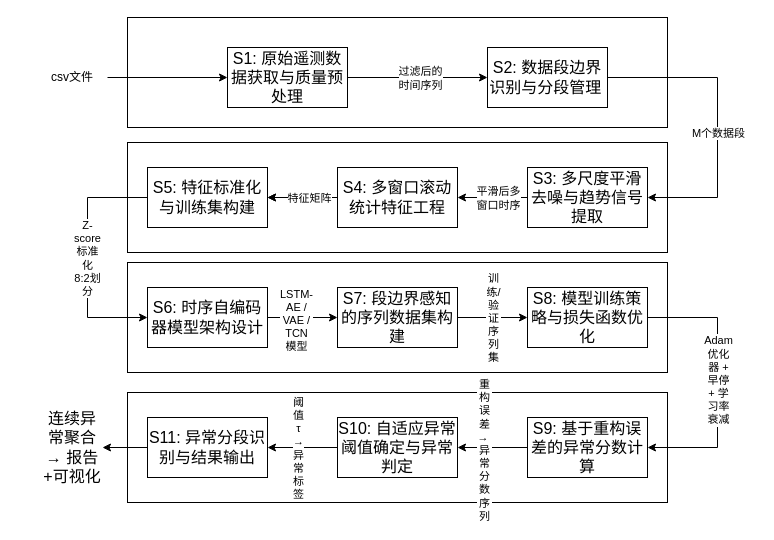
This is patent_clock_1.drawio from BlackiePiggy/iodraw-files, a draw.io file, before an edit. Source tidied: cells renumbered, new cells numbered last; positions are measured from the earlier drawing's top-left corner, leaving out a move shared by most shapes. Both pictures are drawn from the tidied source at 100%, with x=0, y=0 at pixel (37, 17).
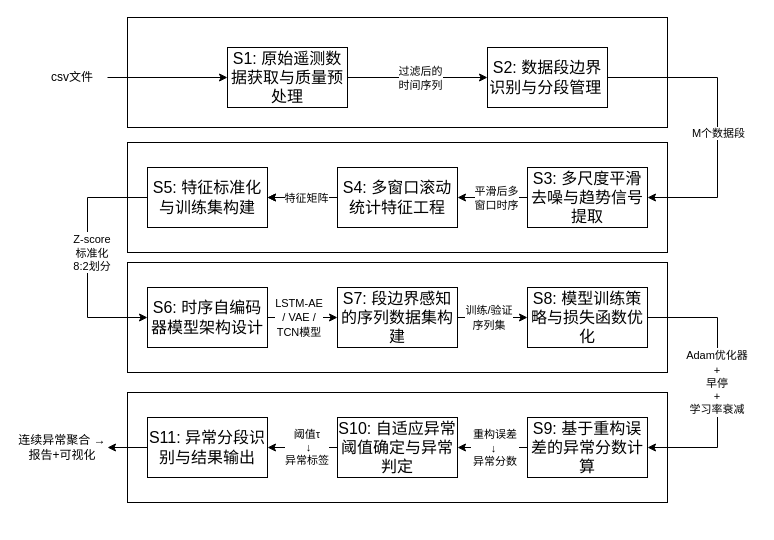
Above is the later version.

The change refers to these unchanged cells:
```xml
<mxCell id="12" style="edgeStyle=orthogonalEdgeStyle;rounded=0;jettySize=auto;html=1;entryX=1;entryY=0.5;entryDx=0;entryDy=0;" parent="1" edge="1" source="14" target="18">
  <mxGeometry relative="1" as="geometry" />
</mxCell>
<mxCell id="16" style="edgeStyle=orthogonalEdgeStyle;rounded=0;jettySize=auto;html=1;entryX=1;entryY=0.5;entryDx=0;entryDy=0;" parent="1" edge="1" source="18" target="21">
  <mxGeometry relative="1" as="geometry" />
</mxCell>
<mxCell id="19" style="edgeStyle=orthogonalEdgeStyle;rounded=0;jettySize=auto;html=1;exitX=0;exitY=0.5;exitDx=0;exitDy=0;entryX=0;entryY=0.5;entryDx=0;entryDy=0;" parent="1" edge="1" source="21" target="24">
  <mxGeometry relative="1" as="geometry">
    <Array as="points">
      <mxPoint x="50" y="180" />
      <mxPoint x="50" y="300" />
    </Array>
  </mxGeometry>
</mxCell>
<mxCell id="22" style="edgeStyle=orthogonalEdgeStyle;rounded=0;jettySize=auto;html=1;" parent="1" edge="1" source="24" target="27">
  <mxGeometry relative="1" as="geometry" />
</mxCell>
<mxCell id="25" style="edgeStyle=orthogonalEdgeStyle;rounded=0;jettySize=auto;html=1;entryX=0;entryY=0.5;entryDx=0;entryDy=0;" parent="1" edge="1" source="27" target="30">
  <mxGeometry relative="1" as="geometry" />
</mxCell>
<mxCell id="28" style="edgeStyle=orthogonalEdgeStyle;rounded=0;jettySize=auto;html=1;entryX=1;entryY=0.5;entryDx=0;entryDy=0;" parent="1" edge="1" source="30" target="33">
  <mxGeometry relative="1" as="geometry">
    <Array as="points">
      <mxPoint x="680" y="300" />
      <mxPoint x="680" y="430" />
    </Array>
  </mxGeometry>
</mxCell>
<mxCell id="31" style="edgeStyle=orthogonalEdgeStyle;rounded=0;jettySize=auto;html=1;entryX=1;entryY=0.5;entryDx=0;entryDy=0;" parent="1" edge="1" source="33" target="36">
  <mxGeometry relative="1" as="geometry" />
</mxCell>
<mxCell id="34" style="edgeStyle=orthogonalEdgeStyle;rounded=0;jettySize=auto;html=1;entryX=1;entryY=0.5;entryDx=0;entryDy=0;" parent="1" edge="1" source="36" target="38">
  <mxGeometry relative="1" as="geometry" />
</mxCell>
<mxCell id="38" value="&lt;span style=&quot;text-align: start; font-size: medium;&quot;&gt;S11: 异常分段识别与结果输出&lt;/span&gt;" style="rounded=0;whiteSpace=wrap;html=1;" parent="1" vertex="1">
  <mxGeometry x="110" y="400" width="120" height="60" as="geometry" />
</mxCell>
```

What changed in the source:
```diff
@@
     <mxCell id="13" value="平滑后多&lt;div&gt;窗口时序&lt;/div&gt;" style="edgeLabel;html=1;align=center;verticalAlign=middle;" parent="12" vertex="1">
-      <mxGeometry x="-0.01" y="3" relative="1" as="geometry">
+      <mxGeometry x="0.06" y="3" relative="1" as="geometry">
         <mxPoint x="5" y="-3" as="offset" />
       </mxGeometry>
     </mxCell>
@@
     <mxCell id="17" value="特征矩阵" style="edgeLabel;html=1;align=center;verticalAlign=middle;" parent="16" vertex="1">
-      <mxGeometry x="0.07" y="2" relative="1" as="geometry">
+      <mxGeometry x="0.13" y="2" relative="1" as="geometry">
         <mxPoint x="8" y="-2" as="offset" />
       </mxGeometry>
     </mxCell>
@@
-    <mxCell id="20" value="&lt;span style=&quot;white-space: normal; text-align: start;&quot;&gt;Z-score标准化&lt;/span&gt;&lt;div&gt;&lt;span style=&quot;text-align: start; white-space: normal;&quot;&gt;8:2划分&lt;/span&gt;&lt;/div&gt;" style="edgeLabel;html=1;align=center;verticalAlign=middle;" parent="19" vertex="1">
-      <mxGeometry y="-1" relative="1" as="geometry" />
-    </mxCell>
@@
-    <mxCell id="23" value="&lt;span style=&quot;text-align: start; white-space: normal;&quot;&gt;&lt;font&gt;LSTM-AE / VAE / TCN模型&lt;/font&gt;&lt;/span&gt;" style="edgeLabel;html=1;align=center;verticalAlign=middle;" parent="22" vertex="1">
-      <mxGeometry x="-0.21" y="-2" relative="1" as="geometry" />
-    </mxCell>
@@
-    <mxCell id="26" value="&lt;span style=&quot;text-align: start; white-space: normal;&quot;&gt;&lt;font&gt;训练/验证序列集&lt;/font&gt;&lt;/span&gt;" style="edgeLabel;html=1;align=center;verticalAlign=middle;" parent="25" vertex="1">
-      <mxGeometry relative="1" as="geometry" />
-    </mxCell>
@@
-    <mxCell id="29" value="&lt;span style=&quot;text-align: start; white-space: normal;&quot;&gt;&lt;font&gt;Adam优化器 + 早停 + 学习率衰减&lt;/font&gt;&lt;/span&gt;" style="edgeLabel;html=1;align=center;verticalAlign=middle;" parent="28" vertex="1">
-      <mxGeometry x="-0.02" relative="1" as="geometry" />
-    </mxCell>
@@
-    <mxCell id="32" value="&lt;span style=&quot;text-align: start; white-space: normal;&quot;&gt;&lt;font&gt;重构误差 →&amp;nbsp;&lt;/font&gt;&lt;/span&gt;&lt;div&gt;&lt;span style=&quot;text-align: start; white-space: normal;&quot;&gt;&lt;font&gt;异常分数序列&lt;/font&gt;&lt;/span&gt;&lt;br&gt;&lt;/div&gt;" style="edgeLabel;html=1;align=center;verticalAlign=middle;" parent="31" vertex="1">
+    <mxCell id="32" value="&lt;div&gt;&lt;br&gt;&lt;/div&gt;" style="edgeLabel;html=1;align=center;verticalAlign=middle;" parent="31" vertex="1">
       <mxGeometry x="0.26" y="2" relative="1" as="geometry" />
     </mxCell>
@@
-    <mxCell id="35" value="&lt;span style=&quot;text-align: start; white-space: normal;&quot;&gt;&lt;font&gt;阈值τ → 异常标签&lt;/font&gt;&lt;/span&gt;" style="edgeLabel;html=1;align=center;verticalAlign=middle;" parent="34" vertex="1">
-      <mxGeometry x="0.13" relative="1" as="geometry" />
-    </mxCell>
@@
-    <mxCell id="37" style="edgeStyle=orthogonalEdgeStyle;rounded=0;jettySize=auto;html=1;" parent="1" edge="1" source="38" target="41">
+    <mxCell id="37" style="edgeStyle=orthogonalEdgeStyle;rounded=0;jettySize=auto;html=1;fontFamily=Helvetica;fontSize=11;fontColor=default;labelBackgroundColor=default;" parent="1" edge="1" source="38" target="41">
       <mxGeometry relative="1" as="geometry" />
     </mxCell>
@@
+    <mxCell id="42" value="&lt;span style=&quot;&quot;&gt;阈值τ&lt;/span&gt;&lt;div&gt;&lt;span style=&quot;&quot;&gt;&amp;nbsp;&lt;/span&gt;&lt;span style=&quot;text-align: start;&quot;&gt;↓&lt;/span&gt;&lt;div&gt;&lt;span style=&quot;&quot;&gt;异常标签&lt;/span&gt;&lt;/div&gt;&lt;/div&gt;" style="text;html=1;whiteSpace=wrap;strokeColor=none;fillColor=none;align=center;verticalAlign=middle;rounded=0;fontFamily=Helvetica;fontSize=11;fontColor=default;labelBackgroundColor=default;" parent="1" vertex="1">
+      <mxGeometry x="240" y="415" width="60" height="30" as="geometry" />
+    </mxCell>
+    <mxCell id="29" value="&lt;span style=&quot;font-size: 11px; text-align: start;&quot;&gt;Adam优化器&lt;/span&gt;&lt;div&gt;&lt;span style=&quot;font-size: 11px; text-align: start; background-color: light-dark(#ffffff, var(--ge-dark-color, #121212)); color: light-dark(rgb(0, 0, 0), rgb(255, 255, 255));&quot;&gt;+&lt;/span&gt;&lt;div&gt;&lt;div style=&quot;font-size: 11px;&quot;&gt;&lt;span style=&quot;text-align: start;&quot;&gt;早停&lt;/span&gt;&lt;/div&gt;&lt;div style=&quot;font-size: 11px;&quot;&gt;&lt;span style=&quot;text-align: start;&quot;&gt;+&lt;br&gt;学习率衰减&lt;/span&gt;&lt;/div&gt;&lt;/div&gt;&lt;/div&gt;" style="text;html=1;whiteSpace=wrap;strokeColor=none;fillColor=none;align=center;verticalAlign=middle;rounded=0;labelBackgroundColor=default;" parent="1" vertex="1">
+      <mxGeometry x="640" y="350" width="80" height="30" as="geometry" />
+    </mxCell>
-    <mxCell id="41" value="&lt;span style=&quot;text-align: start; font-size: medium;&quot;&gt;连续异常聚合 → 报告+可视化&lt;/span&gt;" style="text;html=1;whiteSpace=wrap;strokeColor=none;fillColor=none;align=center;verticalAlign=middle;rounded=0;" parent="1" vertex="1">
-      <mxGeometry x="5" y="415" width="60" height="30" as="geometry" />
+    <mxCell id="41" value="连续异常聚合 → 报告+可视化" style="text;html=1;whiteSpace=wrap;strokeColor=none;fillColor=none;align=center;verticalAlign=middle;rounded=0;labelBackgroundColor=default;" parent="1" vertex="1">
+      <mxGeometry x="-20" y="415" width="90" height="30" as="geometry" />
     </mxCell>
+    <mxCell id="26" value="&lt;span style=&quot;font-size: 11px; text-align: start;&quot;&gt;训练/验证序列集&lt;/span&gt;" style="text;html=1;whiteSpace=wrap;strokeColor=none;fillColor=none;align=center;verticalAlign=middle;rounded=0;labelBackgroundColor=default;" parent="1" vertex="1">
+      <mxGeometry x="427" y="285" width="50" height="30" as="geometry" />
+    </mxCell>
+    <mxCell id="23" value="&lt;span style=&quot;font-size: 11px; text-align: start;&quot;&gt;LSTM-AE / VAE / TCN模型&lt;/span&gt;" style="text;html=1;whiteSpace=wrap;strokeColor=none;fillColor=none;align=center;verticalAlign=middle;rounded=0;labelBackgroundColor=default;" parent="1" vertex="1">
+      <mxGeometry x="237" y="285" width="50" height="30" as="geometry" />
+    </mxCell>
+    <mxCell id="20" value="&lt;span style=&quot;font-size: 11px; text-align: start;&quot;&gt;Z-score标准化&lt;/span&gt;&lt;div style=&quot;font-size: 11px; text-wrap-mode: nowrap;&quot;&gt;&lt;span style=&quot;text-align: start; text-wrap-mode: wrap;&quot;&gt;8:2划分&lt;/span&gt;&lt;/div&gt;" style="text;html=1;whiteSpace=wrap;strokeColor=none;fillColor=none;align=center;verticalAlign=middle;rounded=0;labelBackgroundColor=default;" parent="1" vertex="1">
+      <mxGeometry x="30" y="220" width="50" height="30" as="geometry" />
+    </mxCell>
+    <mxCell id="43" value="&lt;span style=&quot;text-align: start;&quot;&gt;&lt;span style=&quot;font-size: 11px;&quot;&gt;重构误差↓&amp;nbsp;&lt;/span&gt;&lt;/span&gt;&lt;div style=&quot;font-size: 11px; text-wrap-mode: nowrap;&quot;&gt;&lt;span style=&quot;text-align: start; text-wrap-mode: wrap;&quot;&gt;异常分数&lt;/span&gt;&lt;/div&gt;" style="text;html=1;whiteSpace=wrap;strokeColor=none;fillColor=none;align=center;verticalAlign=middle;rounded=0;labelBackgroundColor=default;" parent="1" vertex="1">
+      <mxGeometry x="433" y="415" width="50" height="30" as="geometry" />
+    </mxCell>
```
